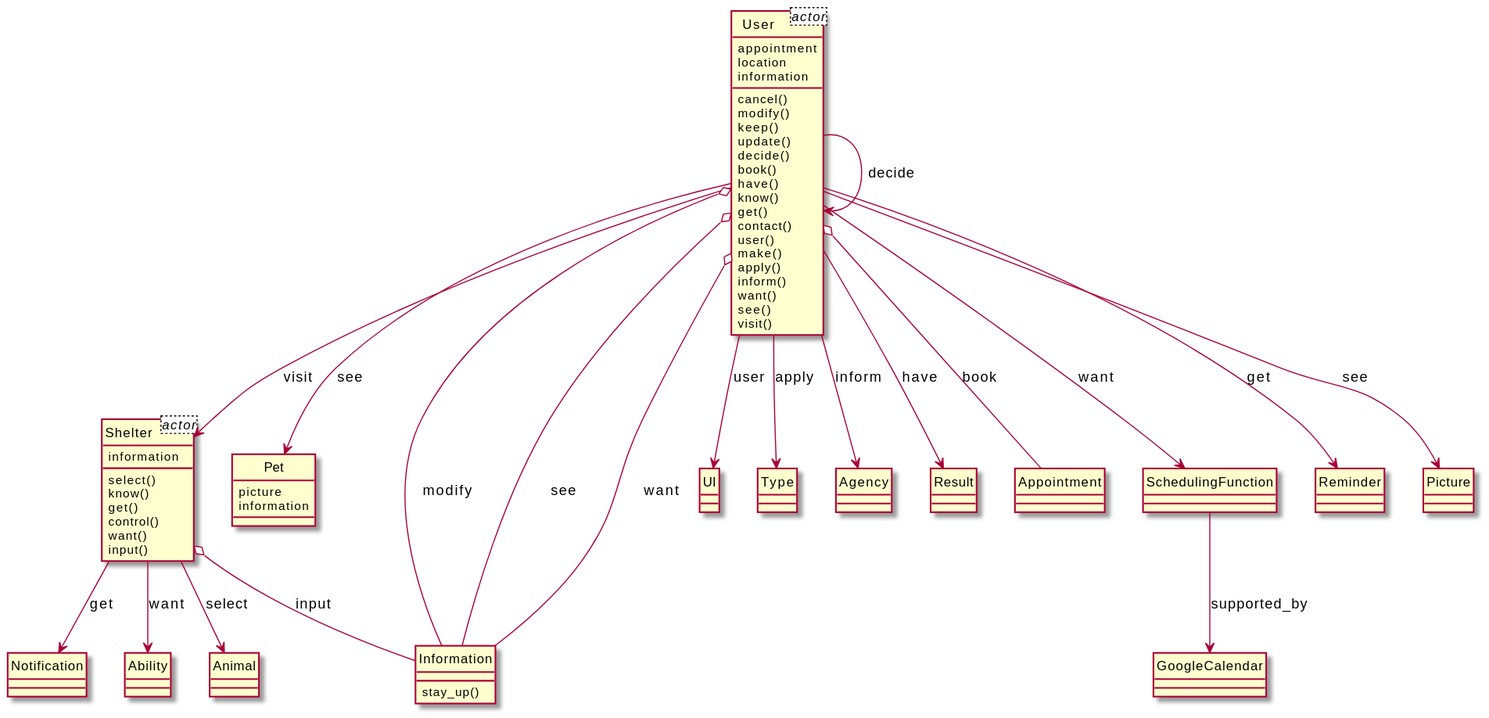
xixixhalu/DomainModelExtractor keeps this PlantUML diagram as output/diagram_5/2016-USC-Project07.svg. Above is the earlier version.
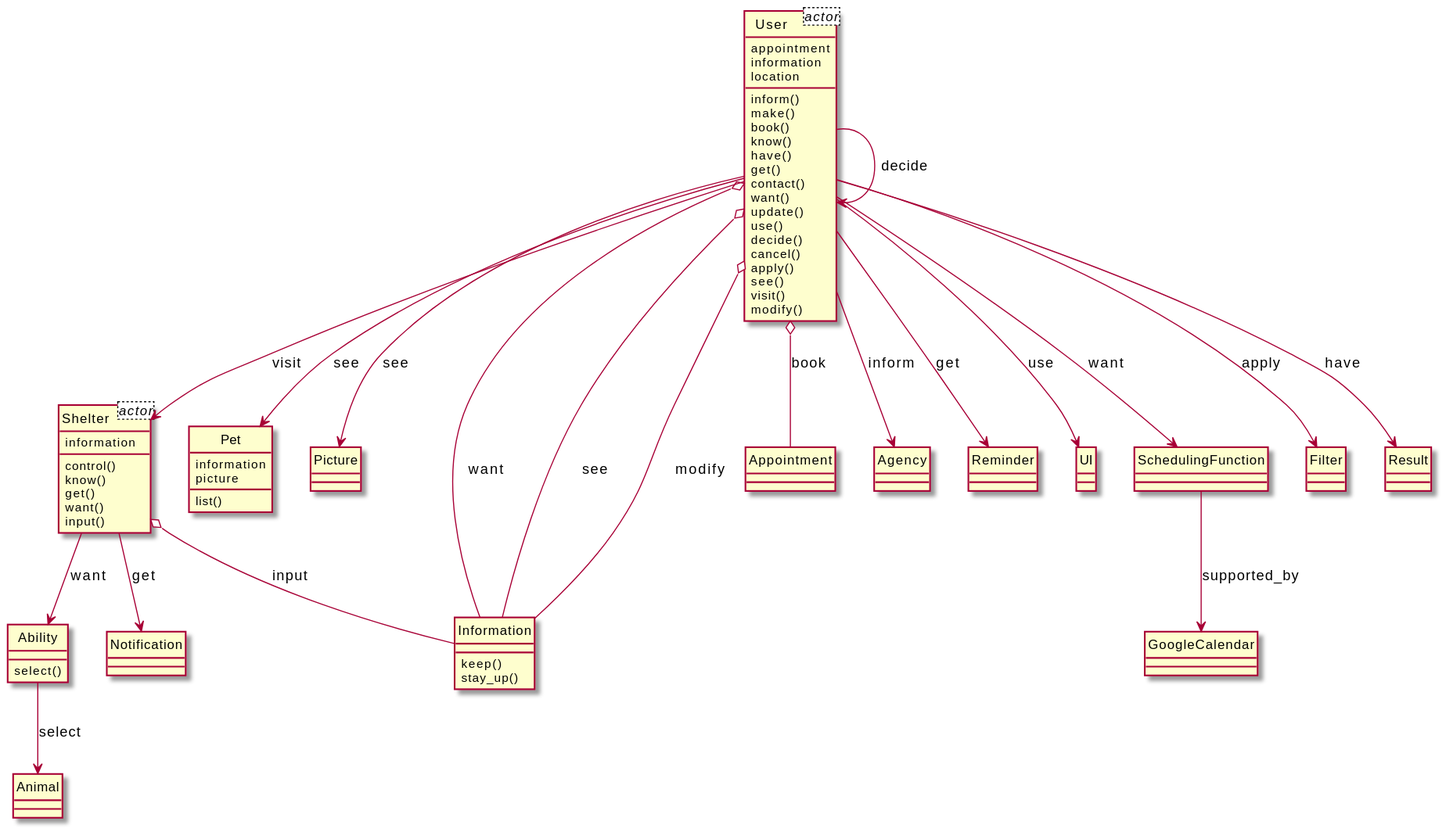
The same diagram one commit later.

The edit, as a diff of the source:
```diff
@@ -2,87 +2,88 @@
 hide circle
 class User<actor> {
 	appointment
+	information
 	location
-	information
 }
 class Shelter<actor> {
 	information
 }
 class Pet {
+	information
 	picture
-	information
+	list()
 }
 class User {
+	inform()
+	make()
+	book()
+	know()
+	have()
+	get()
+	contact()
+	want()
+	update()
+	use()
+	decide()
 	cancel()
+	apply()
+	see()
+	visit()
 	modify()
+}
+class Picture {
+}
+class Information {
 	keep()
-	update()
-	decide()
-	book()
-	have()
+	stay_up()
+}
+class Shelter {
+	control()
 	know()
 	get()
-	contact()
-	user()
-	make()
-	apply()
-	inform()
 	want()
-	see()
-	visit()
+	input()
 }
-class Information {
-	stay_up()
+class Ability {
+	select()
+}
+class Appointment {
+}
+class Animal {
+}
+class Agency {
+}
+class Reminder {
 }
 class UI {
 }
-class Shelter {
-	select()
-	know()
-	get()
-	control()
-	want()
-	input()
+class SchedulingFunction {
 }
-class Type {
+class Notification {
 }
-class Agency {
+class Filter {
 }
 class Result {
 }
-class Appointment {
-}
-class Notification {
-}
-class SchedulingFunction {
-}
-class Reminder {
-}
-class Picture {
-}
-class Ability {
-}
-class Animal {
-}
 class GoogleCalendar {
 }
-User --> UI : user
+User --> Pet : see
+User o-- Information : want
+Shelter o-- Information : input
+User o-- Information : see
+User --> Agency : inform
+User --> Reminder : get
+User --> UI : use
+Ability --> Animal : select
+User --> SchedulingFunction : want
+Shelter --> Notification : get
+User o-- Appointment : book
+SchedulingFunction --> GoogleCalendar : supported_by
+User --> User : decide
+User --> Filter : apply
+User o-- Information : modify
 User --> Shelter : visit
-User --> User : decide
-Shelter o-- Information : input
-User o-- Appointment : book
+User --> Picture : see
 User --> Result : have
-Shelter --> Notification : get
-User --> SchedulingFunction : want
-User o-- Information : modify
-User --> Pet : see
-User --> Reminder : get
-User --> Agency : inform
-User --> Picture : see
 Shelter --> Ability : want
-Shelter --> Animal : select
-User o-- Information : see
-SchedulingFunction --> GoogleCalendar : supported_by
-User o-- Information : want
-User --> Type : apply
 @enduml
```
